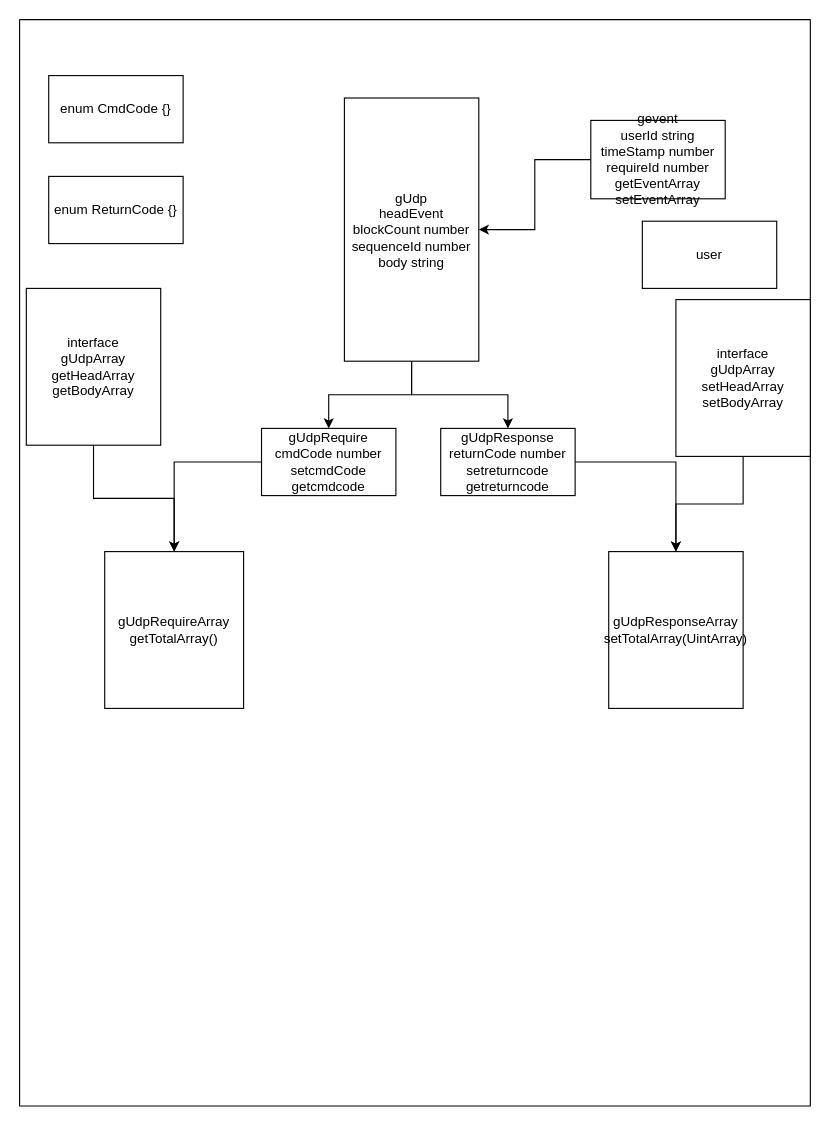
This is Untitled Diagram.drawio from 605682883/flowPhoto, a draw.io file, before an edit. Source tidied: cells renumbered, new cells numbered last; positions are measured from the earlier drawing's top-left corner, leaving out a move shared by most shapes. Both pictures are drawn from the tidied source at 112%, with x=0, y=0 at pixel (19, 19).
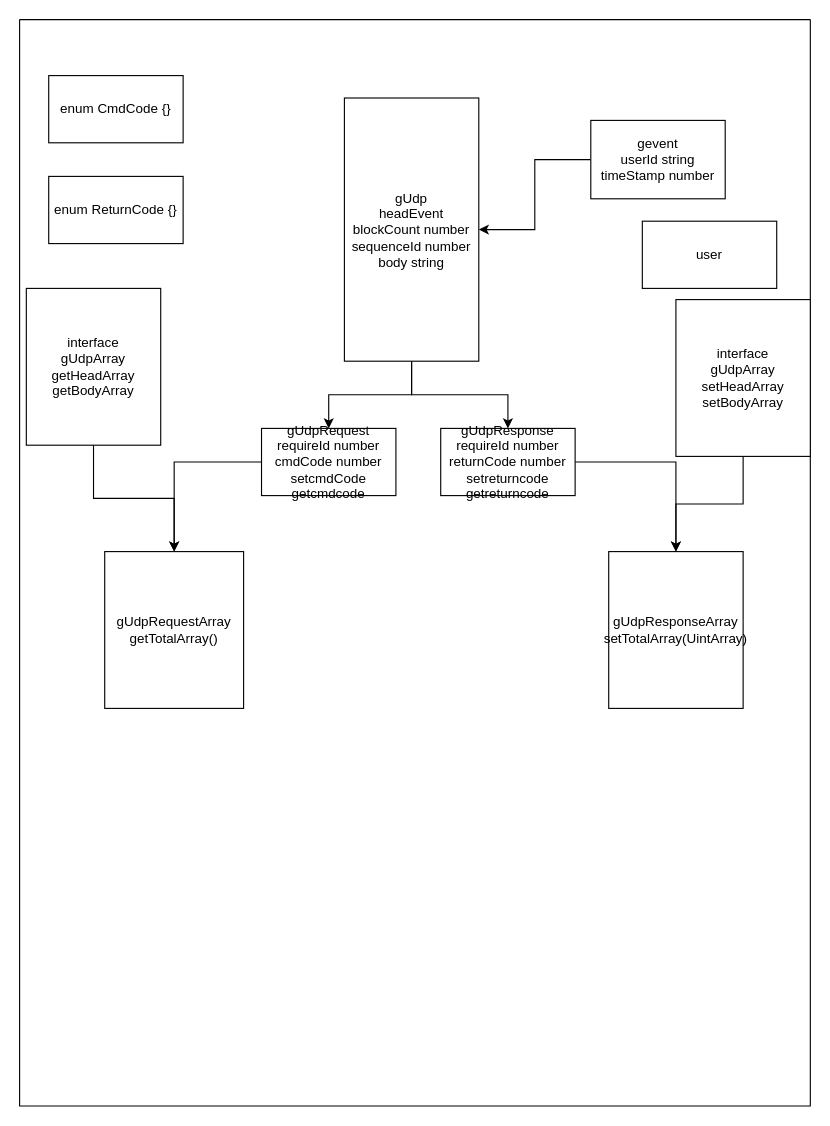
The same diagram, later.

Unchanged cells that the change refers to:
```xml
<mxCell id="2" style="swimlane;startSize=0;" parent="1" vertex="1">
  <mxGeometry width="706" height="970" as="geometry" />
</mxCell>
```

What changed in the source:
```diff
@@
-    <mxCell id="7" value="gevent&lt;br&gt;userId string&lt;br&gt;timeStamp number&lt;br&gt;requireId number&lt;br&gt;getEventArray&lt;br&gt;setEventArray" style="rounded=0;whiteSpace=wrap;html=1;" parent="2" vertex="1">
+    <mxCell id="7" value="gevent&lt;br&gt;userId string&lt;br&gt;timeStamp number&lt;br&gt;" style="rounded=0;whiteSpace=wrap;html=1;" parent="2" vertex="1">
       <mxGeometry x="510" y="90" width="120" height="70" as="geometry" />
     </mxCell>
@@
-    <mxCell id="12" value="&lt;span&gt;gUdpRequire&lt;br&gt;cmdCode number&lt;br&gt;setcmdCode&lt;br&gt;getcmdcode&lt;br&gt;&lt;/span&gt;" style="rounded=0;whiteSpace=wrap;html=1;" parent="2" vertex="1">
+    <mxCell id="12" value="&lt;span&gt;gUdpRequest&lt;br&gt;&lt;/span&gt;requireId number&lt;span&gt;&lt;br&gt;cmdCode number&lt;br&gt;setcmdCode&lt;br&gt;getcmdcode&lt;br&gt;&lt;/span&gt;" style="rounded=0;whiteSpace=wrap;html=1;" parent="2" vertex="1">
       <mxGeometry x="216" y="365" width="120" height="60" as="geometry" />
     </mxCell>
@@
-    <mxCell id="14" value="&lt;span&gt;gUdpResponse&lt;br&gt;returnCode number&lt;br&gt;setreturncode&lt;br&gt;getreturncode&lt;br&gt;&lt;/span&gt;" style="rounded=0;whiteSpace=wrap;html=1;" parent="2" vertex="1">
+    <mxCell id="14" value="&lt;span&gt;gUdpResponse&lt;br&gt;&lt;/span&gt;requireId number&lt;span&gt;&lt;br&gt;returnCode number&lt;br&gt;setreturncode&lt;br&gt;getreturncode&lt;br&gt;&lt;/span&gt;" style="rounded=0;whiteSpace=wrap;html=1;" parent="2" vertex="1">
       <mxGeometry x="376" y="365" width="120" height="60" as="geometry" />
     </mxCell>
-    <mxCell id="15" value="gUdpRequireArray&lt;br&gt;getTotalArray()" style="rounded=0;whiteSpace=wrap;html=1;" parent="2" vertex="1">
+    <mxCell id="15" value="gUdpRequestArray&lt;br&gt;getTotalArray()" style="rounded=0;whiteSpace=wrap;html=1;" parent="2" vertex="1">
       <mxGeometry x="76" y="475" width="124" height="140" as="geometry" />
     </mxCell>
```
